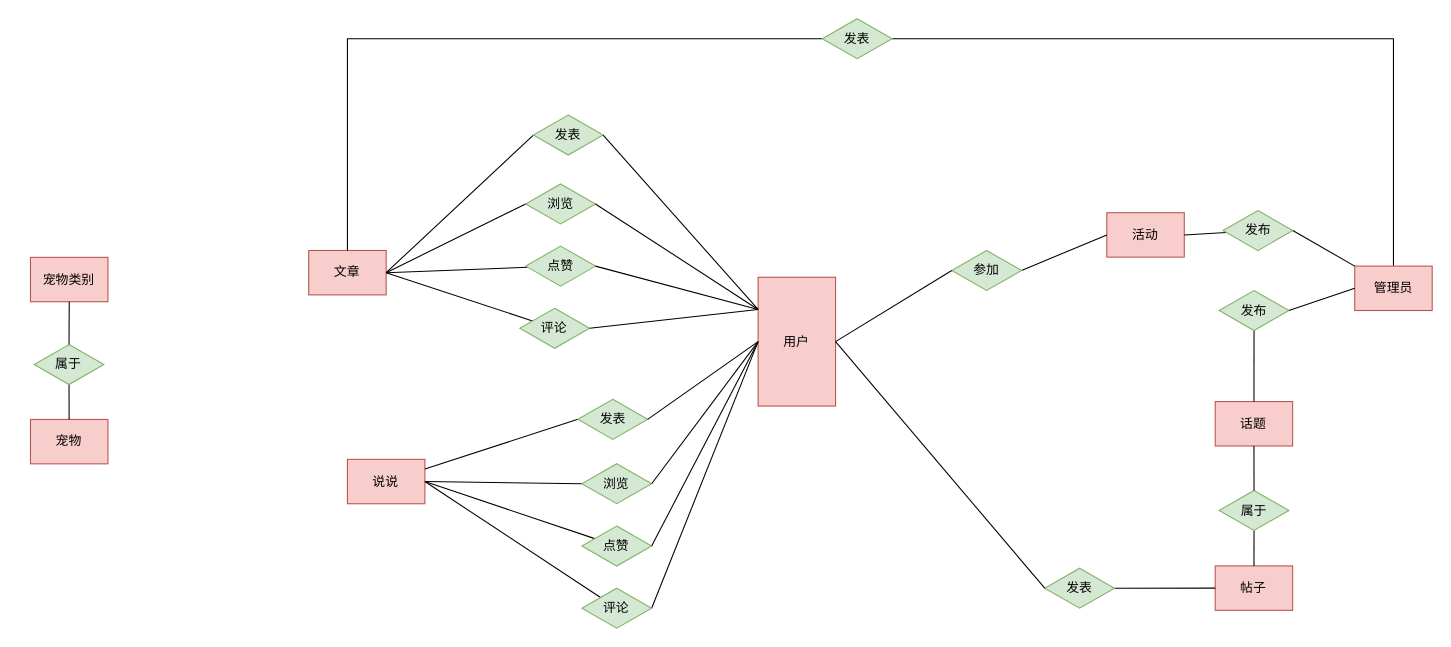
The draw.io diagram pet-ER图总图.drawio in JMHello/draw, before the edit. Source tidied: cells renumbered, new cells numbered last; positions are measured from the earlier drawing's top-left corner, leaving out a move shared by most shapes. Both pictures are drawn from the tidied source at 107%, with x=0, y=0 at pixel (30, 18).
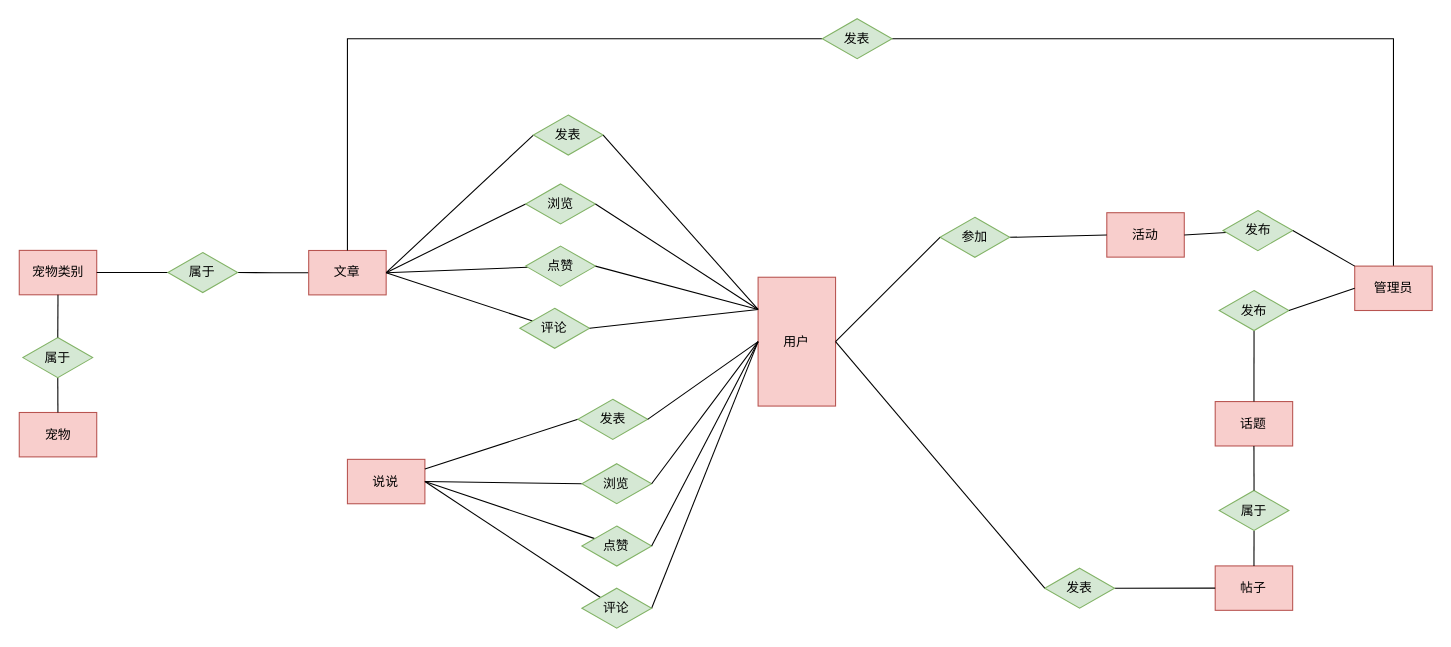
The same diagram, later.

The change refers to these unchanged cells:
```xml
<mxCell id="5" value="文章" style="rounded=0;whiteSpace=wrap;html=1;fillColor=#f8cecc;strokeColor=#b85450;fontSize=12;" parent="1" vertex="1">
  <mxGeometry x="260" y="216.6" width="72.4" height="41.5" as="geometry" />
</mxCell>
<mxCell id="51" value="宠物类别" style="rounded=0;whiteSpace=wrap;html=1;fillColor=#f8cecc;strokeColor=#b85450;fontSize=12;" parent="50" vertex="1">
  <mxGeometry width="72.4" height="41.5" as="geometry" />
</mxCell>
```

Diff of the diagram source:
```diff
@@
+    <mxCell id="58" style="edgeStyle=orthogonalEdgeStyle;rounded=0;jettySize=auto;html=1;exitX=0;exitY=0.5;exitDx=0;exitDy=0;entryX=1;entryY=0.5;entryDx=0;entryDy=0;endArrow=none;endFill=0;fontSize=12;" parent="1" edge="1" source="5" target="60">
+      <mxGeometry relative="1" as="geometry" />
+    </mxCell>
@@
     <mxCell id="29" value="参加" style="rhombus;whiteSpace=wrap;html=1;fontSize=12;fillColor=#d5e8d4;strokeColor=#82b366;" parent="1" vertex="1">
-      <mxGeometry x="861" y="216.6" width="65.2" height="37.4" as="geometry" />
+      <mxGeometry x="850" y="185.6" width="65.2" height="37.4" as="geometry" />
     </mxCell>
@@
     <mxCell id="50" style="group;" parent="1" vertex="1">
-      <mxGeometry y="223" width="72.4" height="193" as="geometry" />
+      <mxGeometry x="-10.5" y="216.5" width="72.4" height="193" as="geometry" />
     </mxCell>
@@
+    <mxCell id="59" style="edgeStyle=orthogonalEdgeStyle;rounded=0;jettySize=auto;html=1;entryX=1;entryY=0.5;entryDx=0;entryDy=0;endArrow=none;endFill=0;fontSize=12;" parent="1" edge="1" source="60" target="51">
+      <mxGeometry relative="1" as="geometry" />
+    </mxCell>
+    <mxCell id="60" value="属于" style="rhombus;whiteSpace=wrap;html=1;fontSize=12;fillColor=#d5e8d4;strokeColor=#82b366;" parent="1" vertex="1">
+      <mxGeometry x="128.4" y="218.5" width="65.2" height="37.4" as="geometry" />
+    </mxCell>
```
